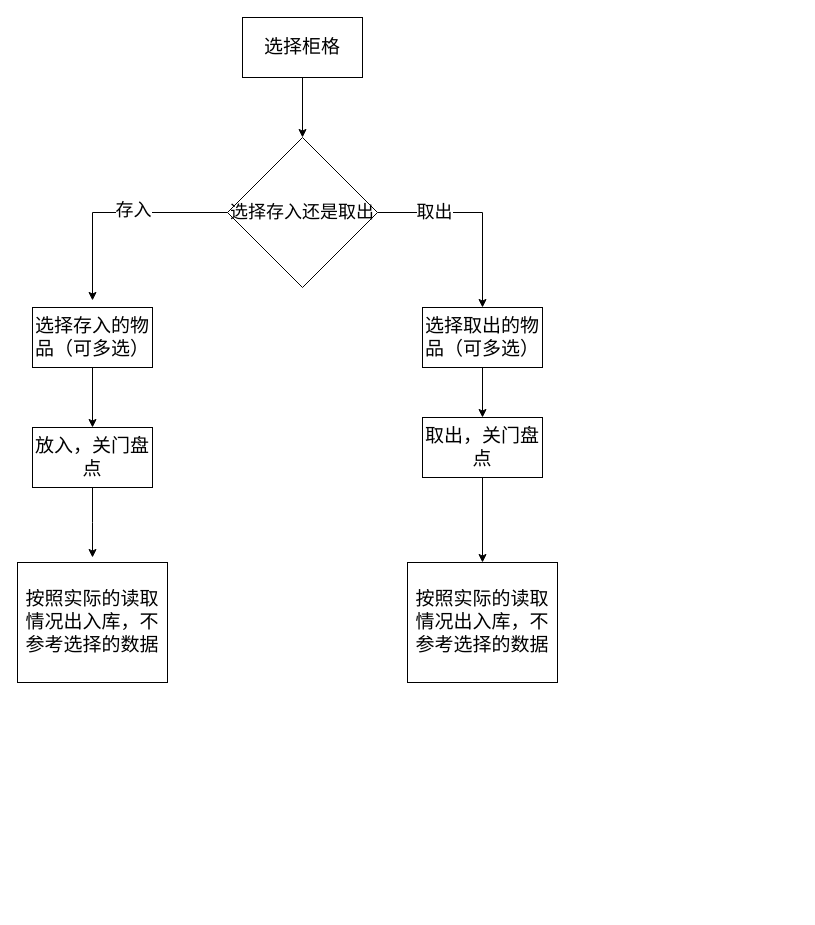
The draw.io diagram 昌吉rfid普通模式.drawio in captain188/draw.io, before the edit. Source tidied: cells renumbered, new cells numbered last; positions are measured from the earlier drawing's top-left corner, leaving out a move shared by most shapes. Both pictures are drawn from the tidied source at 100%, with x=0, y=0 at pixel (17, 17).
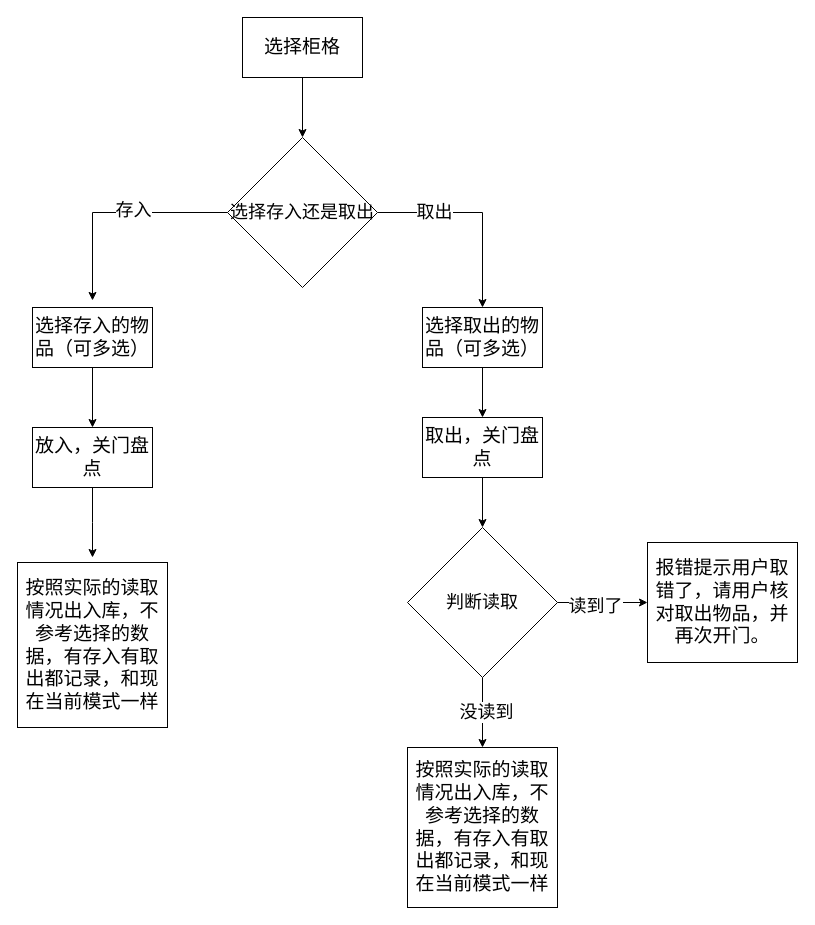
Above is the later version.

Commit message (it also covers changes not shown here):
更新昌吉rfid普通模式.drawio

Unchanged cells that the change refers to:
```xml
<mxCell id="16" value="&lt;font style=&quot;font-size: 19px;&quot;&gt;取出，关门盘点&lt;/font&gt;" style="rounded=0;whiteSpace=wrap;html=1;" parent="1" vertex="1">
  <mxGeometry x="405" y="400" width="120" height="60" as="geometry" />
</mxCell>
```

What changed in the source:
```diff
@@
-    <mxCell id="15" style="edgeStyle=orthogonalEdgeStyle;rounded=0;jettySize=auto;html=1;" parent="1" edge="1" source="16" target="17">
-      <mxGeometry relative="1" as="geometry" />
-    </mxCell>
+    <mxCell id="19" style="edgeStyle=orthogonalEdgeStyle;rounded=0;jettySize=auto;html=1;" parent="1" edge="1" source="16" target="24">
+      <mxGeometry relative="1" as="geometry" />
+    </mxCell>
@@
-    <mxCell id="17" value="&lt;span style=&quot;font-size: 19px;&quot;&gt;按照实际的读取情况出入库，不参考选择的数据&lt;/span&gt;" style="rounded=0;whiteSpace=wrap;html=1;" parent="1" vertex="1">
-      <mxGeometry x="390" y="545" width="150" height="120" as="geometry" />
+    <mxCell id="17" value="&lt;span style=&quot;font-size: 19px;&quot;&gt;按照实际的读取情况出入库，不参考选择的数据，&lt;/span&gt;&lt;span style=&quot;font-size: 19px;&quot;&gt;有存入有取出都记录，和现在当前模式一样&lt;/span&gt;" style="rounded=0;whiteSpace=wrap;html=1;" parent="1" vertex="1">
+      <mxGeometry x="390" y="730" width="150" height="160" as="geometry" />
     </mxCell>
-    <mxCell id="18" value="&lt;font style=&quot;font-size: 19px;&quot;&gt;按照实际的读取情况出入库，不参考选择的数据&lt;/font&gt;" style="rounded=0;whiteSpace=wrap;html=1;" parent="1" vertex="1">
-      <mxGeometry y="545" width="150" height="120" as="geometry" />
+    <mxCell id="18" value="&lt;font style=&quot;font-size: 19px;&quot;&gt;按照实际的读取情况出入库，不参考选择的数据，有存入有取出都记录，和现在当前模式一样&lt;/font&gt;" style="rounded=0;whiteSpace=wrap;html=1;" parent="1" vertex="1">
+      <mxGeometry y="545" width="150" height="165" as="geometry" />
     </mxCell>
+    <mxCell id="20" style="edgeStyle=orthogonalEdgeStyle;rounded=0;jettySize=auto;html=1;" parent="1" edge="1" source="24" target="17">
+      <mxGeometry relative="1" as="geometry" />
+    </mxCell>
+    <mxCell id="21" value="&lt;font style=&quot;font-size: 18px;&quot;&gt;没读到&lt;/font&gt;" style="edgeLabel;html=1;align=center;verticalAlign=middle;" parent="20" vertex="1">
+      <mxGeometry x="-0.03" y="3" relative="1" as="geometry" />
+    </mxCell>
+    <mxCell id="22" style="edgeStyle=orthogonalEdgeStyle;rounded=0;jettySize=auto;html=1;" parent="1" edge="1" source="24" target="25">
+      <mxGeometry relative="1" as="geometry" />
+    </mxCell>
+    <mxCell id="23" value="&lt;font style=&quot;font-size: 18px;&quot;&gt;读到了&lt;/font&gt;" style="edgeLabel;html=1;align=center;verticalAlign=middle;" parent="22" vertex="1">
+      <mxGeometry x="-0.18" y="-3" relative="1" as="geometry" />
+    </mxCell>
+    <mxCell id="24" value="&lt;span style=&quot;font-size: 18px;&quot;&gt;判断读取&lt;/span&gt;" style="rhombus;whiteSpace=wrap;html=1;" parent="1" vertex="1">
+      <mxGeometry x="390" y="510" width="150" height="150" as="geometry" />
+    </mxCell>
+    <mxCell id="25" value="&lt;font style=&quot;font-size: 19px;&quot;&gt;报错提示用户取错了，请用户核对取出物品，并再次开门。&lt;/font&gt;" style="rounded=0;whiteSpace=wrap;html=1;" parent="1" vertex="1">
+      <mxGeometry x="630" y="525" width="150" height="120" as="geometry" />
+    </mxCell>
```
